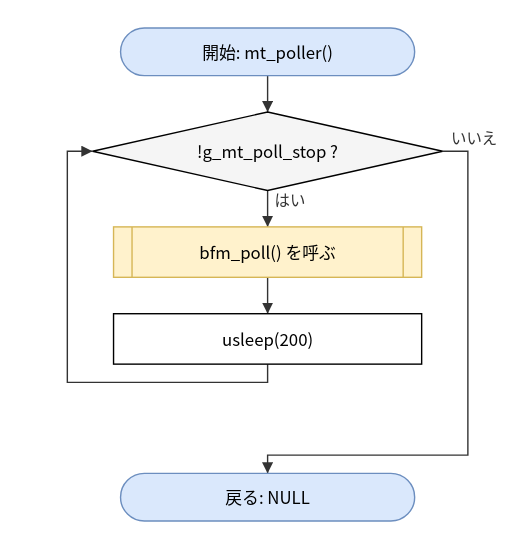
hf355051012-ai/bfmem keeps this draw.io diagram as doc/spec/images/flow_test_bfm_test-mt_poller.drawio.svg. Above is the earlier version. Source tidied: cells renumbered, new cells last; positions are measured from the earlier drawing's top-left corner, leaving out a move shared by most shapes. Source of this version:
```xml
<mxGraphModel>
  <root>
    <mxCell id="0" />
    <mxCell id="1" parent="0" />
    <mxCell id="2" value="開始: mt_poller()" style="rounded=1;arcSize=50;whiteSpace=wrap;html=1;fillColor=#dae8fc;strokeColor=#6c8ebf;" parent="1" vertex="1">
      <mxGeometry x="38" width="210" height="34" as="geometry" />
    </mxCell>
    <mxCell id="3" value="!g_mt_poll_stop ?" style="rhombus;whiteSpace=wrap;html=1;fillColor=#f5f5f5;" parent="1" vertex="1">
      <mxGeometry x="18" y="60" width="250" height="56" as="geometry" />
    </mxCell>
    <mxCell id="4" value="bfm_poll() を呼ぶ" style="shape=process;whiteSpace=wrap;html=1;backgroundOutline=1;size=0.06;fillColor=#fff2cc;strokeColor=#d6b656;" parent="1" vertex="1">
      <mxGeometry x="33" y="142" width="220" height="36" as="geometry" />
    </mxCell>
    <mxCell id="5" value="usleep(200)" style="rounded=0;whiteSpace=wrap;html=1;" parent="1" vertex="1">
      <mxGeometry x="33" y="204" width="220" height="36" as="geometry" />
    </mxCell>
    <mxCell id="6" value="戻る: NULL" style="rounded=1;arcSize=50;whiteSpace=wrap;html=1;fillColor=#dae8fc;strokeColor=#6c8ebf;" parent="1" vertex="1">
      <mxGeometry x="38" y="318" width="210" height="34" as="geometry" />
    </mxCell>
    <mxCell id="7" style="edgeStyle=none;html=1;rounded=0;endArrow=block;endFill=1;exitX=0.5000;exitY=1.0000;exitDx=0;exitDy=0;exitPerimeter=0;entryX=0.5000;entryY=0.0000;entryDx=0;entryDy=0;entryPerimeter=0;" parent="1" edge="1" source="2" target="3">
      <mxGeometry relative="1" as="geometry" />
    </mxCell>
    <mxCell id="8" value="はい" style="edgeStyle=none;html=1;rounded=0;endArrow=block;endFill=1;exitX=0.5000;exitY=1.0000;exitDx=0;exitDy=0;exitPerimeter=0;entryX=0.5000;entryY=0.0000;entryDx=0;entryDy=0;entryPerimeter=0;" parent="1" edge="1" source="3" target="4">
      <mxGeometry relative="1" as="geometry" />
    </mxCell>
    <mxCell id="9" style="edgeStyle=none;html=1;rounded=0;endArrow=block;endFill=1;exitX=0.5000;exitY=1.0000;exitDx=0;exitDy=0;exitPerimeter=0;entryX=0.5000;entryY=0.0000;entryDx=0;entryDy=0;entryPerimeter=0;" parent="1" edge="1" source="4" target="5">
      <mxGeometry relative="1" as="geometry" />
    </mxCell>
    <mxCell id="10" style="edgeStyle=none;html=1;rounded=0;endArrow=block;endFill=1;exitX=0.5000;exitY=1.0000;exitDx=0;exitDy=0;exitPerimeter=0;entryX=0.0000;entryY=0.5000;entryDx=0;entryDy=0;entryPerimeter=0;" parent="1" edge="1" source="5" target="3">
      <mxGeometry relative="1" as="geometry">
        <Array as="points">
          <mxPoint x="143" y="253" />
          <mxPoint y="253" />
          <mxPoint y="88" />
        </Array>
      </mxGeometry>
    </mxCell>
    <mxCell id="11" value="いいえ" style="edgeStyle=none;html=1;rounded=0;endArrow=block;endFill=1;exitX=1.0000;exitY=0.5000;exitDx=0;exitDy=0;exitPerimeter=0;entryX=0.5000;entryY=0.0000;entryDx=0;entryDy=0;entryPerimeter=0;" parent="1" edge="1" source="3" target="6">
      <mxGeometry relative="1" as="geometry">
        <Array as="points">
          <mxPoint x="286" y="88" />
          <mxPoint x="286" y="305" />
          <mxPoint x="143" y="305" />
        </Array>
      </mxGeometry>
    </mxCell>
  </root>
</mxGraphModel>
```
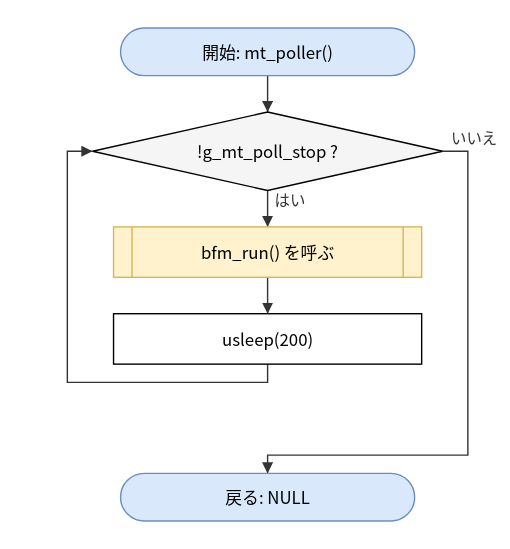
The same file after the commit.

What changed in the source:
```diff
@@ -8,7 +8,7 @@
     <mxCell id="3" value="!g_mt_poll_stop ?" style="rhombus;whiteSpace=wrap;html=1;fillColor=#f5f5f5;" parent="1" vertex="1">
       <mxGeometry x="18" y="60" width="250" height="56" as="geometry" />
     </mxCell>
-    <mxCell id="4" value="bfm_poll() を呼ぶ" style="shape=process;whiteSpace=wrap;html=1;backgroundOutline=1;size=0.06;fillColor=#fff2cc;strokeColor=#d6b656;" parent="1" vertex="1">
+    <mxCell id="4" value="bfm_run() を呼ぶ" style="shape=process;whiteSpace=wrap;html=1;backgroundOutline=1;size=0.06;fillColor=#fff2cc;strokeColor=#d6b656;" parent="1" vertex="1">
       <mxGeometry x="33" y="142" width="220" height="36" as="geometry" />
     </mxCell>
     <mxCell id="5" value="usleep(200)" style="rounded=0;whiteSpace=wrap;html=1;" parent="1" vertex="1">
```
